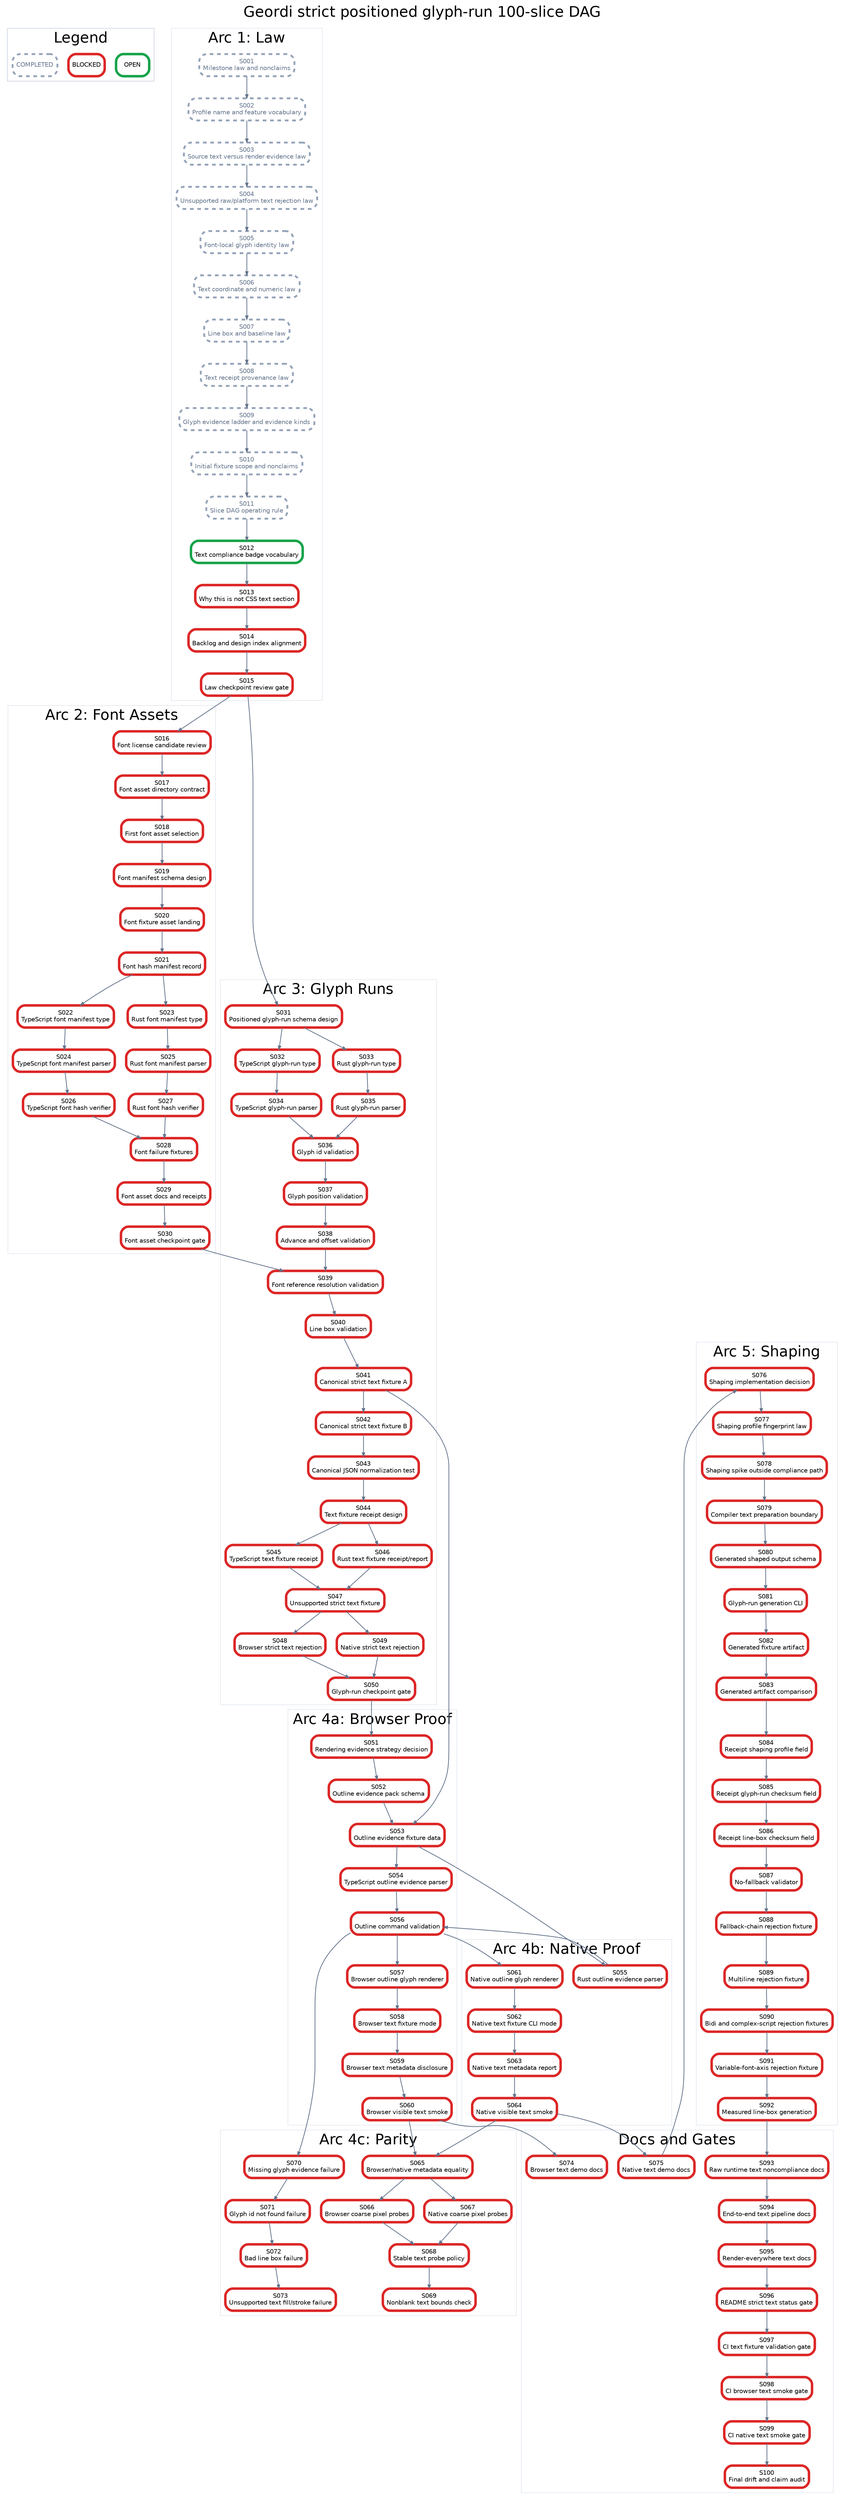
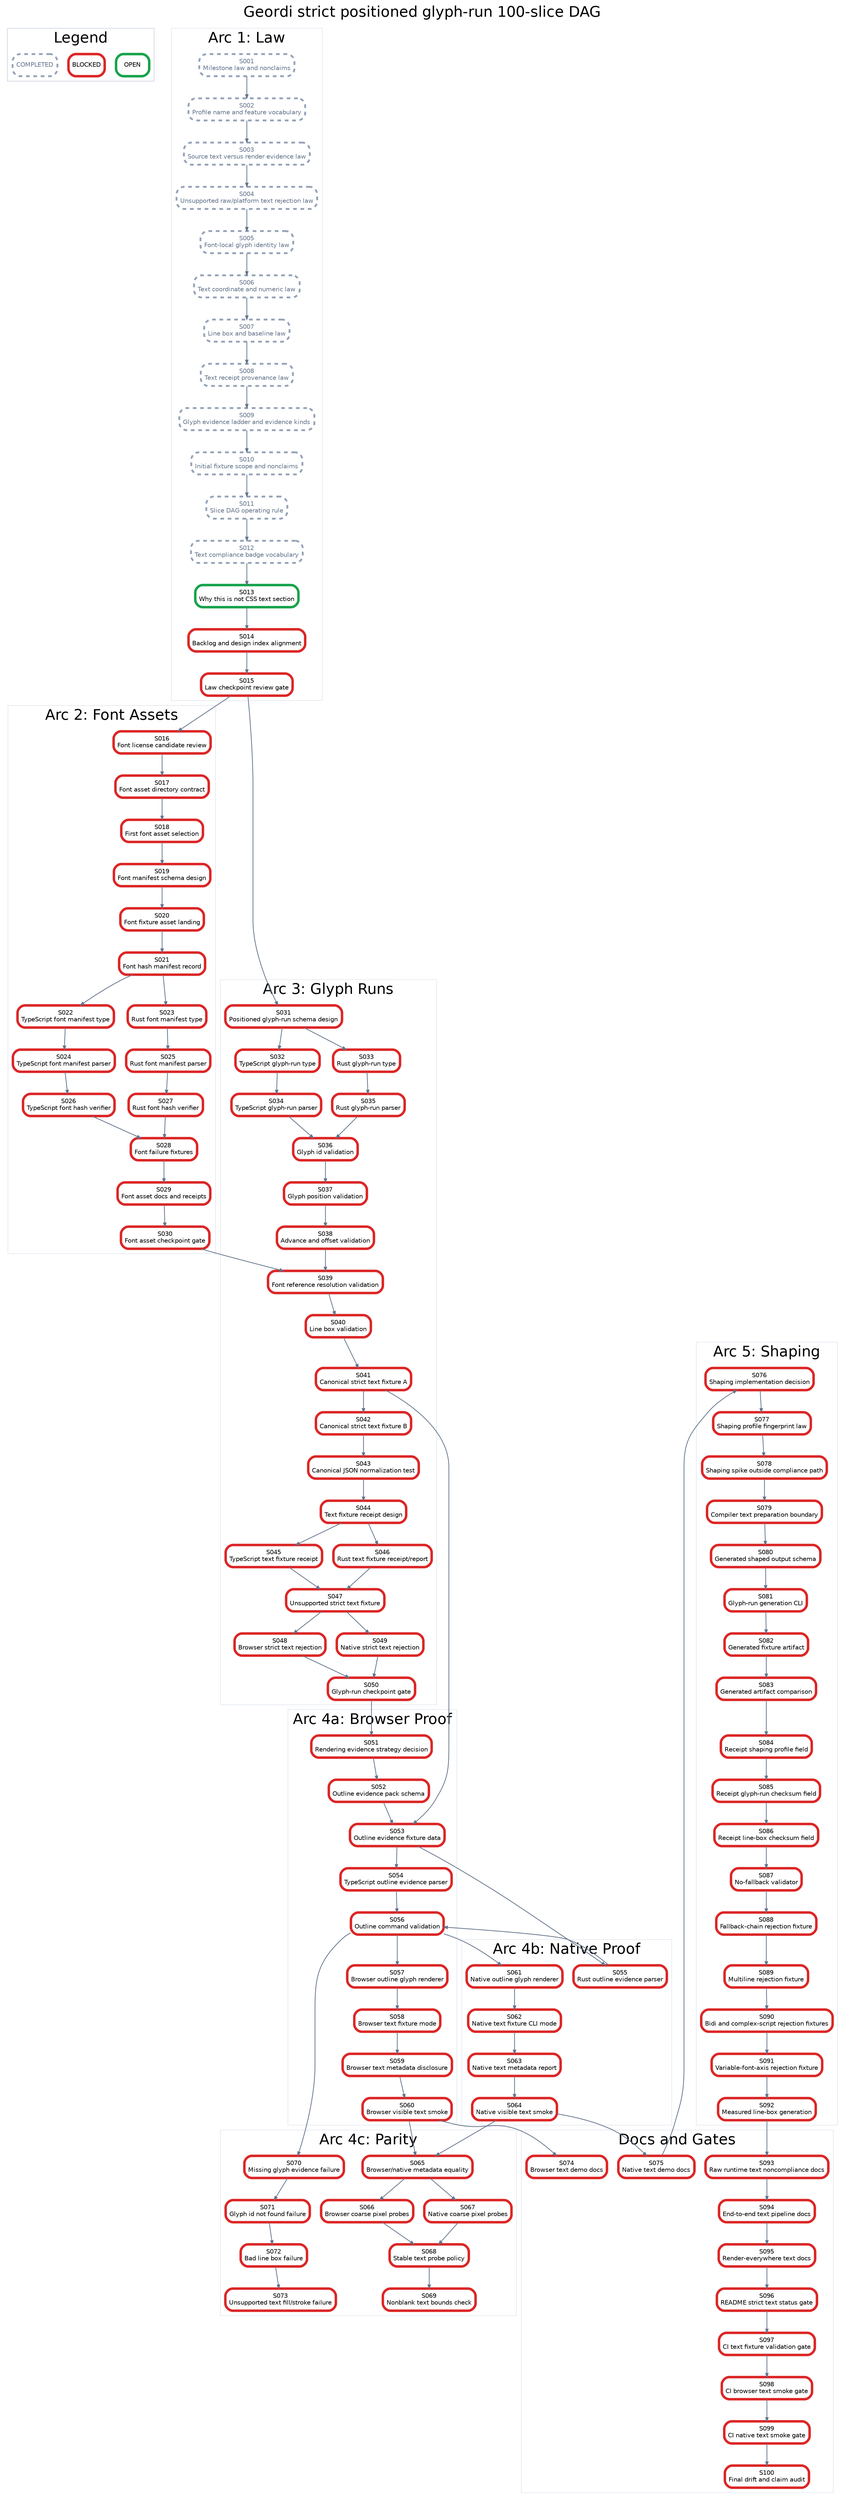
digraph StrictPositionedGlyphRunPlan {
  graph [rankdir=TB, bgcolor="white", fontname="Helvetica", label="Geordi strict positioned glyph-run 100-slice DAG", labelloc="t", fontsize=24];
  node [shape=box, style="rounded,filled", fillcolor="white", fontname="Helvetica", fontsize=10, margin="0.08,0.05"];
  edge [color="#64748b", arrowsize=0.6, penwidth=1.2];

  subgraph cluster_legend {
    label="Legend";
    color="#cbd5e1";
    legend_open [label="OPEN", color="#16a34a", penwidth=4];
    legend_blocked [label="BLOCKED", color="#dc2626", penwidth=4];
    legend_done [label="COMPLETED", color="#94a3b8", penwidth=3, style="rounded,filled,dashed", fontcolor="#64748b"];
  }

  subgraph cluster_law {
    label="Arc 1: Law";
    color="#e2e8f0";
    S001 [label="S001\nMilestone law and nonclaims", color="#94a3b8", penwidth=3, style="rounded,filled,dashed", fontcolor="#64748b"];
    S002 [label="S002\nProfile name and feature vocabulary", color="#94a3b8", penwidth=3, style="rounded,filled,dashed", fontcolor="#64748b"];
    S003 [label="S003\nSource text versus render evidence law", color="#94a3b8", penwidth=3, style="rounded,filled,dashed", fontcolor="#64748b"];
    S004 [label="S004\nUnsupported raw/platform text rejection law", color="#94a3b8", penwidth=3, style="rounded,filled,dashed", fontcolor="#64748b"];
    S005 [label="S005\nFont-local glyph identity law", color="#94a3b8", penwidth=3, style="rounded,filled,dashed", fontcolor="#64748b"];
    S006 [label="S006\nText coordinate and numeric law", color="#94a3b8", penwidth=3, style="rounded,filled,dashed", fontcolor="#64748b"];
    S007 [label="S007\nLine box and baseline law", color="#94a3b8", penwidth=3, style="rounded,filled,dashed", fontcolor="#64748b"];
    S008 [label="S008\nText receipt provenance law", color="#94a3b8", penwidth=3, style="rounded,filled,dashed", fontcolor="#64748b"];
    S009 [label="S009\nGlyph evidence ladder and evidence kinds", color="#94a3b8", penwidth=3, style="rounded,filled,dashed", fontcolor="#64748b"];
    S010 [label="S010\nInitial fixture scope and nonclaims", color="#94a3b8", penwidth=3, style="rounded,filled,dashed", fontcolor="#64748b"];
    S011 [label="S011\nSlice DAG operating rule", color="#94a3b8", penwidth=3, style="rounded,filled,dashed", fontcolor="#64748b"];
-     S012 [label="S012\nText compliance badge vocabulary", color="#16a34a", penwidth=4];
-     S013 [label="S013\nWhy this is not CSS text section", color="#dc2626", penwidth=4];
+     S012 [label="S012\nText compliance badge vocabulary", color="#94a3b8", penwidth=3, style="rounded,filled,dashed", fontcolor="#64748b"];
+     S013 [label="S013\nWhy this is not CSS text section", color="#16a34a", penwidth=4];
    S014 [label="S014\nBacklog and design index alignment", color="#dc2626", penwidth=4];
    S015 [label="S015\nLaw checkpoint review gate", color="#dc2626", penwidth=4];
  }

  subgraph cluster_assets {
    label="Arc 2: Font Assets";
    color="#e2e8f0";
    S016 [label="S016\nFont license candidate review", color="#dc2626", penwidth=4];
    S017 [label="S017\nFont asset directory contract", color="#dc2626", penwidth=4];
    S018 [label="S018\nFirst font asset selection", color="#dc2626", penwidth=4];
    S019 [label="S019\nFont manifest schema design", color="#dc2626", penwidth=4];
    S020 [label="S020\nFont fixture asset landing", color="#dc2626", penwidth=4];
    S021 [label="S021\nFont hash manifest record", color="#dc2626", penwidth=4];
    S022 [label="S022\nTypeScript font manifest type", color="#dc2626", penwidth=4];
    S023 [label="S023\nRust font manifest type", color="#dc2626", penwidth=4];
    S024 [label="S024\nTypeScript font manifest parser", color="#dc2626", penwidth=4];
    S025 [label="S025\nRust font manifest parser", color="#dc2626", penwidth=4];
    S026 [label="S026\nTypeScript font hash verifier", color="#dc2626", penwidth=4];
    S027 [label="S027\nRust font hash verifier", color="#dc2626", penwidth=4];
    S028 [label="S028\nFont failure fixtures", color="#dc2626", penwidth=4];
    S029 [label="S029\nFont asset docs and receipts", color="#dc2626", penwidth=4];
    S030 [label="S030\nFont asset checkpoint gate", color="#dc2626", penwidth=4];
  }

  subgraph cluster_glyph {
    label="Arc 3: Glyph Runs";
    color="#e2e8f0";
    S031 [label="S031\nPositioned glyph-run schema design", color="#dc2626", penwidth=4];
    S032 [label="S032\nTypeScript glyph-run type", color="#dc2626", penwidth=4];
    S033 [label="S033\nRust glyph-run type", color="#dc2626", penwidth=4];
    S034 [label="S034\nTypeScript glyph-run parser", color="#dc2626", penwidth=4];
    S035 [label="S035\nRust glyph-run parser", color="#dc2626", penwidth=4];
    S036 [label="S036\nGlyph id validation", color="#dc2626", penwidth=4];
    S037 [label="S037\nGlyph position validation", color="#dc2626", penwidth=4];
    S038 [label="S038\nAdvance and offset validation", color="#dc2626", penwidth=4];
    S039 [label="S039\nFont reference resolution validation", color="#dc2626", penwidth=4];
    S040 [label="S040\nLine box validation", color="#dc2626", penwidth=4];
    S041 [label="S041\nCanonical strict text fixture A", color="#dc2626", penwidth=4];
    S042 [label="S042\nCanonical strict text fixture B", color="#dc2626", penwidth=4];
    S043 [label="S043\nCanonical JSON normalization test", color="#dc2626", penwidth=4];
    S044 [label="S044\nText fixture receipt design", color="#dc2626", penwidth=4];
    S045 [label="S045\nTypeScript text fixture receipt", color="#dc2626", penwidth=4];
    S046 [label="S046\nRust text fixture receipt/report", color="#dc2626", penwidth=4];
    S047 [label="S047\nUnsupported strict text fixture", color="#dc2626", penwidth=4];
    S048 [label="S048\nBrowser strict text rejection", color="#dc2626", penwidth=4];
    S049 [label="S049\nNative strict text rejection", color="#dc2626", penwidth=4];
    S050 [label="S050\nGlyph-run checkpoint gate", color="#dc2626", penwidth=4];
  }

  subgraph cluster_browser {
    label="Arc 4a: Browser Proof";
    color="#e2e8f0";
    S051 [label="S051\nRendering evidence strategy decision", color="#dc2626", penwidth=4];
    S052 [label="S052\nOutline evidence pack schema", color="#dc2626", penwidth=4];
    S053 [label="S053\nOutline evidence fixture data", color="#dc2626", penwidth=4];
    S054 [label="S054\nTypeScript outline evidence parser", color="#dc2626", penwidth=4];
    S056 [label="S056\nOutline command validation", color="#dc2626", penwidth=4];
    S057 [label="S057\nBrowser outline glyph renderer", color="#dc2626", penwidth=4];
    S058 [label="S058\nBrowser text fixture mode", color="#dc2626", penwidth=4];
    S059 [label="S059\nBrowser text metadata disclosure", color="#dc2626", penwidth=4];
    S060 [label="S060\nBrowser visible text smoke", color="#dc2626", penwidth=4];
  }

  subgraph cluster_native {
    label="Arc 4b: Native Proof";
    color="#e2e8f0";
    S055 [label="S055\nRust outline evidence parser", color="#dc2626", penwidth=4];
    S061 [label="S061\nNative outline glyph renderer", color="#dc2626", penwidth=4];
    S062 [label="S062\nNative text fixture CLI mode", color="#dc2626", penwidth=4];
    S063 [label="S063\nNative text metadata report", color="#dc2626", penwidth=4];
    S064 [label="S064\nNative visible text smoke", color="#dc2626", penwidth=4];
  }

  subgraph cluster_parity {
    label="Arc 4c: Parity";
    color="#e2e8f0";
    S065 [label="S065\nBrowser/native metadata equality", color="#dc2626", penwidth=4];
    S066 [label="S066\nBrowser coarse pixel probes", color="#dc2626", penwidth=4];
    S067 [label="S067\nNative coarse pixel probes", color="#dc2626", penwidth=4];
    S068 [label="S068\nStable text probe policy", color="#dc2626", penwidth=4];
    S069 [label="S069\nNonblank text bounds check", color="#dc2626", penwidth=4];
    S070 [label="S070\nMissing glyph evidence failure", color="#dc2626", penwidth=4];
    S071 [label="S071\nGlyph id not found failure", color="#dc2626", penwidth=4];
    S072 [label="S072\nBad line box failure", color="#dc2626", penwidth=4];
    S073 [label="S073\nUnsupported text fill/stroke failure", color="#dc2626", penwidth=4];
  }

  subgraph cluster_shaping {
    label="Arc 5: Shaping";
    color="#e2e8f0";
    S076 [label="S076\nShaping implementation decision", color="#dc2626", penwidth=4];
    S077 [label="S077\nShaping profile fingerprint law", color="#dc2626", penwidth=4];
    S078 [label="S078\nShaping spike outside compliance path", color="#dc2626", penwidth=4];
    S079 [label="S079\nCompiler text preparation boundary", color="#dc2626", penwidth=4];
    S080 [label="S080\nGenerated shaped output schema", color="#dc2626", penwidth=4];
    S081 [label="S081\nGlyph-run generation CLI", color="#dc2626", penwidth=4];
    S082 [label="S082\nGenerated fixture artifact", color="#dc2626", penwidth=4];
    S083 [label="S083\nGenerated artifact comparison", color="#dc2626", penwidth=4];
    S084 [label="S084\nReceipt shaping profile field", color="#dc2626", penwidth=4];
    S085 [label="S085\nReceipt glyph-run checksum field", color="#dc2626", penwidth=4];
    S086 [label="S086\nReceipt line-box checksum field", color="#dc2626", penwidth=4];
    S087 [label="S087\nNo-fallback validator", color="#dc2626", penwidth=4];
    S088 [label="S088\nFallback-chain rejection fixture", color="#dc2626", penwidth=4];
    S089 [label="S089\nMultiline rejection fixture", color="#dc2626", penwidth=4];
    S090 [label="S090\nBidi and complex-script rejection fixtures", color="#dc2626", penwidth=4];
    S091 [label="S091\nVariable-font-axis rejection fixture", color="#dc2626", penwidth=4];
    S092 [label="S092\nMeasured line-box generation", color="#dc2626", penwidth=4];
  }

  subgraph cluster_docs {
    label="Docs and Gates";
    color="#e2e8f0";
    S074 [label="S074\nBrowser text demo docs", color="#dc2626", penwidth=4];
    S075 [label="S075\nNative text demo docs", color="#dc2626", penwidth=4];
    S093 [label="S093\nRaw runtime text noncompliance docs", color="#dc2626", penwidth=4];
    S094 [label="S094\nEnd-to-end text pipeline docs", color="#dc2626", penwidth=4];
    S095 [label="S095\nRender-everywhere text docs", color="#dc2626", penwidth=4];
    S096 [label="S096\nREADME strict text status gate", color="#dc2626", penwidth=4];
    S097 [label="S097\nCI text fixture validation gate", color="#dc2626", penwidth=4];
    S098 [label="S098\nCI browser text smoke gate", color="#dc2626", penwidth=4];
    S099 [label="S099\nCI native text smoke gate", color="#dc2626", penwidth=4];
    S100 [label="S100\nFinal drift and claim audit", color="#dc2626", penwidth=4];
  }

  S001 -> S002;
  S002 -> S003;
  S003 -> S004;
  S004 -> S005;
  S005 -> S006;
  S006 -> S007;
  S007 -> S008;
  S008 -> S009;
  S009 -> S010;
  S010 -> S011;
  S011 -> S012;
  S012 -> S013;
  S013 -> S014;
  S014 -> S015;
  S015 -> S016;
  S016 -> S017;
  S017 -> S018;
  S018 -> S019;
  S019 -> S020;
  S020 -> S021;
  S021 -> S022;
  S021 -> S023;
  S022 -> S024;
  S023 -> S025;
  S024 -> S026;
  S025 -> S027;
  S026 -> S028;
  S027 -> S028;
  S028 -> S029;
  S029 -> S030;
  S015 -> S031;
  S031 -> S032;
  S031 -> S033;
  S032 -> S034;
  S033 -> S035;
  S034 -> S036;
  S035 -> S036;
  S036 -> S037;
  S037 -> S038;
  S038 -> S039;
  S039 -> S040;
  S030 -> S039;
  S040 -> S041;
  S041 -> S042;
  S042 -> S043;
  S043 -> S044;
  S044 -> S045;
  S044 -> S046;
  S045 -> S047;
  S046 -> S047;
  S047 -> S048;
  S047 -> S049;
  S048 -> S050;
  S049 -> S050;
  S050 -> S051;
  S051 -> S052;
  S052 -> S053;
  S041 -> S053;
  S053 -> S054;
  S053 -> S055;
  S054 -> S056;
  S055 -> S056;
  S056 -> S057;
  S057 -> S058;
  S058 -> S059;
  S059 -> S060;
  S056 -> S061;
  S061 -> S062;
  S062 -> S063;
  S063 -> S064;
  S060 -> S065;
  S064 -> S065;
  S065 -> S066;
  S065 -> S067;
  S066 -> S068;
  S067 -> S068;
  S068 -> S069;
  S056 -> S070;
  S070 -> S071;
  S071 -> S072;
  S072 -> S073;
  S060 -> S074;
  S064 -> S075;
  S075 -> S076;
  S076 -> S077;
  S077 -> S078;
  S078 -> S079;
  S079 -> S080;
  S080 -> S081;
  S081 -> S082;
  S082 -> S083;
  S083 -> S084;
  S084 -> S085;
  S085 -> S086;
  S086 -> S087;
  S087 -> S088;
  S088 -> S089;
  S089 -> S090;
  S090 -> S091;
  S091 -> S092;
  S092 -> S093;
  S093 -> S094;
  S094 -> S095;
  S095 -> S096;
  S096 -> S097;
  S097 -> S098;
  S098 -> S099;
  S099 -> S100;
}
